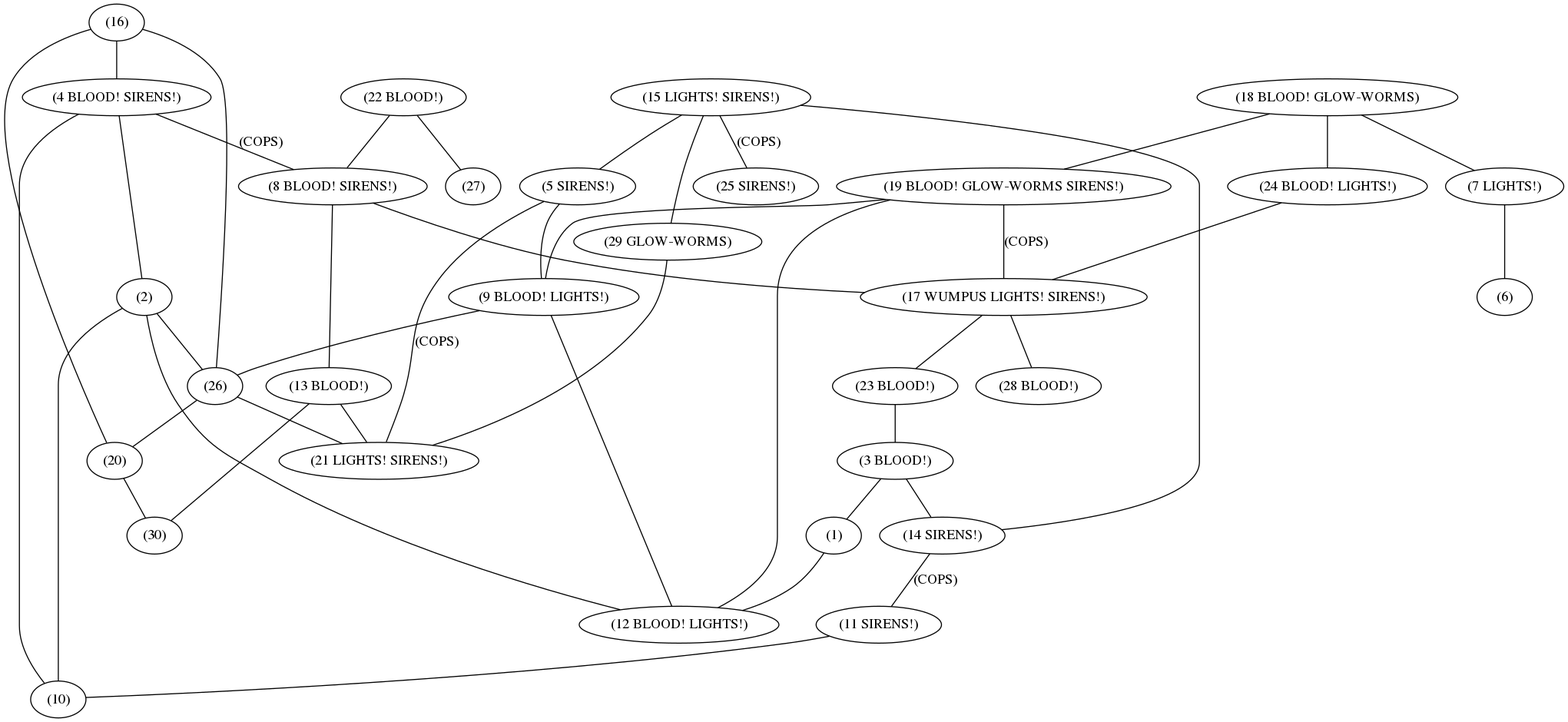
The Graphviz diagram city.dot.png in elect000/my-commmon-lisp, before a commit. Its source is kept beside it as city.dot.
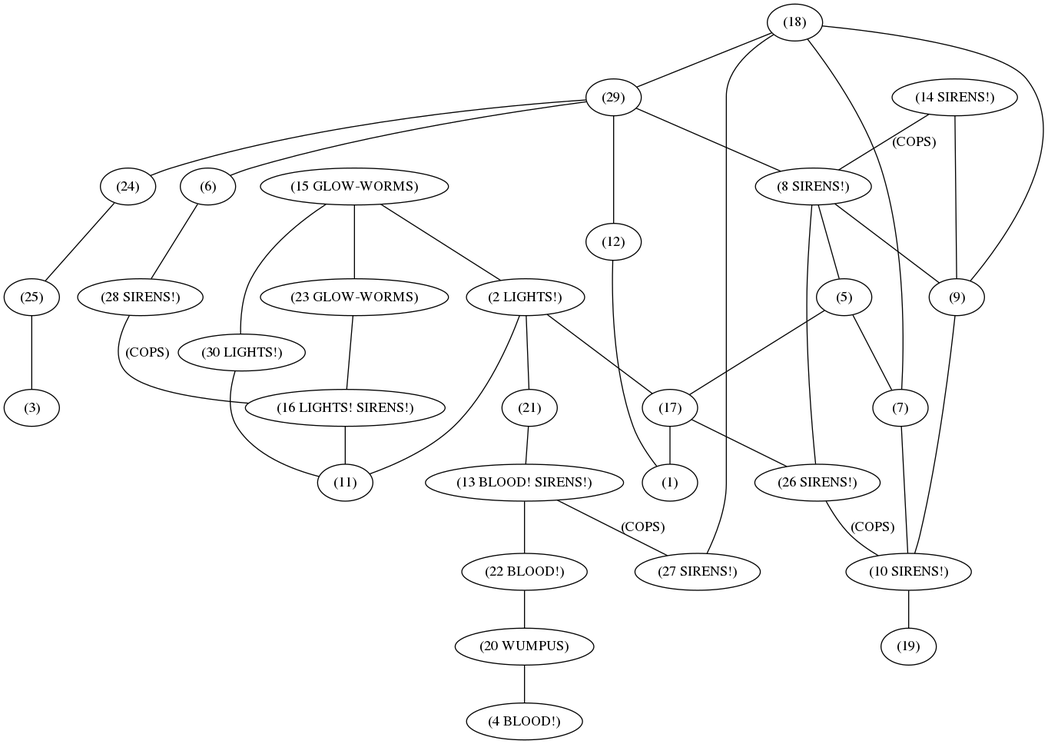
After the commit.

What changed in the source:
```diff
@@ -1,74 +1,71 @@
 graph{
 1[label="(1)"];
-2[label="(2)"];
-3[label="(3 BLOOD!)"];
-4[label="(4 BLOOD! SIRENS!)"];
-5[label="(5 SIRENS!)"];
+2[label="(2 LIGHTS!)"];
+3[label="(3)"];
+4[label="(4 BLOOD!)"];
+5[label="(5)"];
 6[label="(6)"];
-7[label="(7 LIGHTS!)"];
-8[label="(8 BLOOD! SIRENS!)"];
-9[label="(9 BLOOD! LIGHTS!)"];
-10[label="(10)"];
-11[label="(11 SIRENS!)"];
-12[label="(12 BLOOD! LIGHTS!)"];
-13[label="(13 BLOOD!)"];
+7[label="(7)"];
+8[label="(8 SIRENS!)"];
+9[label="(9)"];
+10[label="(10 SIRENS!)"];
+11[label="(11)"];
+12[label="(12)"];
+13[label="(13 BLOOD! SIRENS!)"];
 14[label="(14 SIRENS!)"];
-15[label="(15 LIGHTS! SIRENS!)"];
-16[label="(16)"];
-17[label="(17 WUMPUS LIGHTS! SIRENS!)"];
-18[label="(18 BLOOD! GLOW-WORMS)"];
-19[label="(19 BLOOD! GLOW-WORMS SIRENS!)"];
-20[label="(20)"];
-21[label="(21 LIGHTS! SIRENS!)"];
+15[label="(15 GLOW-WORMS)"];
+16[label="(16 LIGHTS! SIRENS!)"];
+17[label="(17)"];
+18[label="(18)"];
+19[label="(19)"];
+20[label="(20 WUMPUS)"];
+21[label="(21)"];
 22[label="(22 BLOOD!)"];
-23[label="(23 BLOOD!)"];
-24[label="(24 BLOOD! LIGHTS!)"];
-25[label="(25 SIRENS!)"];
-26[label="(26)"];
-27[label="(27)"];
-28[label="(28 BLOOD!)"];
-29[label="(29 GLOW-WORMS)"];
-30[label="(30)"];
-7--6[label=""];
-20--30[label=""];
-11--10[label=""];
-14--11[label="(COPS)"];
-13--30[label=""];
-13--21[label=""];
-26--20[label=""];
-26--21[label=""];
-1--12[label=""];
-3--14[label=""];
-3--1[label=""];
-23--3[label=""];
-9--12[label=""];
-9--26[label=""];
-5--21[label="(COPS)"];
-5--9[label=""];
-17--23[label=""];
-17--28[label=""];
-24--17[label=""];
-2--10[label=""];
-2--12[label=""];
-2--26[label=""];
-19--17[label="(COPS)"];
-19--9[label=""];
-19--12[label=""];
+23[label="(23 GLOW-WORMS)"];
+24[label="(24)"];
+25[label="(25)"];
+26[label="(26 SIRENS!)"];
+27[label="(27 SIRENS!)"];
+28[label="(28 SIRENS!)"];
+29[label="(29)"];
+30[label="(30 LIGHTS!)"];
+25--3[label=""];
+10--19[label=""];
+30--11[label=""];
+26--10[label="(COPS)"];
+12--1[label=""];
+16--11[label=""];
+20--4[label=""];
+22--20[label=""];
+13--27[label="(COPS)"];
+13--22[label=""];
+21--13[label=""];
+9--10[label=""];
+17--26[label=""];
+17--1[label=""];
+7--10[label=""];
+5--17[label=""];
+5--7[label=""];
+2--11[label=""];
+2--21[label=""];
+2--17[label=""];
+23--16[label=""];
+15--30[label=""];
+15--2[label=""];
+15--23[label=""];
+28--16[label="(COPS)"];
+6--28[label=""];
+8--26[label=""];
+8--5[label=""];
+8--9[label=""];
+14--9[label=""];
+14--8[label="(COPS)"];
+24--25[label=""];
+29--6[label=""];
+29--12[label=""];
+29--8[label=""];
+29--24[label=""];
+18--9[label=""];
 18--7[label=""];
-18--24[label=""];
-18--19[label=""];
-8--13[label=""];
-8--17[label=""];
-22--27[label=""];
-22--8[label=""];
-4--8[label="(COPS)"];
-4--10[label=""];
-4--2[label=""];
-16--26[label=""];
-16--20[label=""];
-16--4[label=""];
-29--21[label=""];
-15--5[label=""];
-15--14[label=""];
-15--25[label="(COPS)"];
-15--29[label=""];}
+18--27[label=""];
+18--29[label=""];}
```
